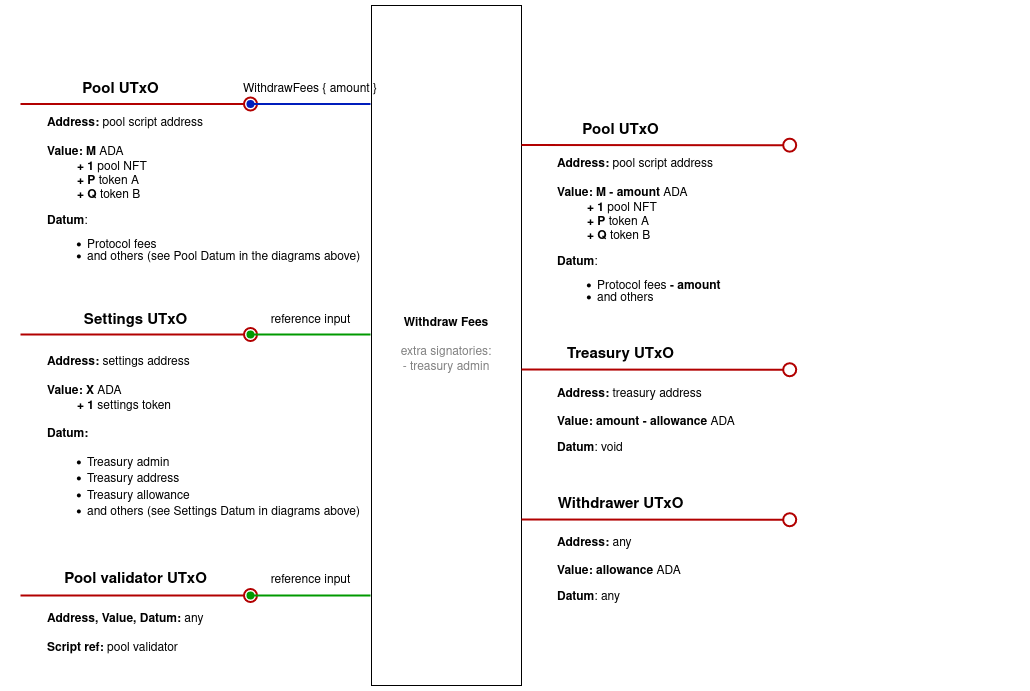
The draw.io diagram src/img/withdraw_fees.png in txpipe-shop/sundae-swap, before a commit. Source tidied: cells renumbered, new cells last; positions are measured from the earlier drawing's top-left corner, leaving out a move shared by most shapes.
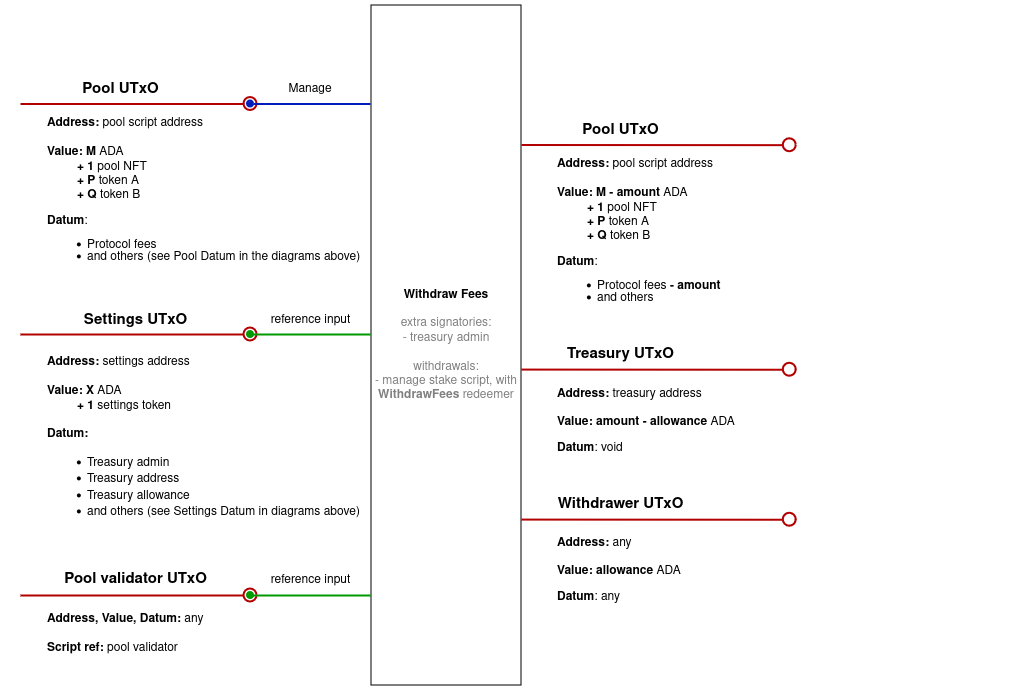
Later version of the same file.

Commit message:
Update scoop and withdraw fees tx diagrams

Diff of the diagram source:
```diff
@@ -2,7 +2,7 @@
   <root>
     <mxCell id="0" />
     <mxCell id="1" parent="0" />
-    <mxCell id="2" value="&lt;div&gt;&lt;b&gt;Withdraw Fees&lt;/b&gt;&lt;/div&gt;&lt;br&gt;&lt;div&gt;&lt;font color=&quot;#808080&quot;&gt;extra signatories:&lt;/font&gt;&lt;/div&gt;&lt;div&gt;&lt;font color=&quot;#808080&quot;&gt;- treasury admin&lt;/font&gt;&lt;br&gt;&lt;/div&gt;" style="rounded=0;whiteSpace=wrap;html=1;" parent="1" vertex="1">
+    <mxCell id="2" value="&lt;div&gt;&lt;b&gt;Withdraw Fees&lt;/b&gt;&lt;/div&gt;&lt;br&gt;&lt;div&gt;&lt;font color=&quot;#808080&quot;&gt;extra signatories:&lt;/font&gt;&lt;/div&gt;&lt;div&gt;&lt;font color=&quot;#808080&quot;&gt;- treasury admin&lt;/font&gt;&lt;/div&gt;&lt;div&gt;&lt;font color=&quot;#808080&quot;&gt;&lt;br&gt;&lt;/font&gt;&lt;/div&gt;&lt;div&gt;&lt;font color=&quot;#808080&quot;&gt;withdrawals:&lt;/font&gt;&lt;/div&gt;&lt;div&gt;&lt;font color=&quot;#808080&quot;&gt;- manage stake script, with &lt;b&gt;WithdrawFees&lt;/b&gt; redeemer&lt;br&gt;&lt;/font&gt;&lt;/div&gt;" style="rounded=0;whiteSpace=wrap;html=1;" parent="1" vertex="1">
       <mxGeometry x="351" width="150" height="680" as="geometry" />
     </mxCell>
     <mxCell id="3" style="endArrow=oval;html=1;rounded=0;strokeWidth=2;fillColor=#e51400;strokeColor=#B20000;startArrow=none;startFill=0;endFill=0;endSize=13;" parent="1" edge="1">
@@ -35,7 +35,7 @@
     <mxCell id="9" value="&lt;font style=&quot;font-size: 15px;&quot;&gt;&lt;b style=&quot;font-size: 12px;&quot;&gt;&lt;font style=&quot;font-size: 15px;&quot;&gt;Pool UTxO&lt;br&gt;&lt;/font&gt;&lt;/b&gt;&lt;/font&gt;" style="text;html=1;align=center;verticalAlign=middle;strokeColor=none;fillColor=none;" parent="1" vertex="1">
       <mxGeometry x="550" y="109.5" width="100" height="30" as="geometry" />
     </mxCell>
-    <mxCell id="10" value="WithdrawFees { amount }" style="text;html=1;strokeColor=none;fillColor=none;align=center;verticalAlign=middle;whiteSpace=wrap;rounded=0;" parent="1" vertex="1">
+    <mxCell id="10" value="Manage" style="text;html=1;strokeColor=none;fillColor=none;align=center;verticalAlign=middle;whiteSpace=wrap;rounded=0;" parent="1" vertex="1">
       <mxGeometry x="220" y="68.5" width="140" height="30" as="geometry" />
     </mxCell>
     <mxCell id="11" style="endArrow=oval;html=1;rounded=0;strokeWidth=2;fillColor=#e51400;strokeColor=#B20000;startArrow=none;startFill=0;endFill=0;endSize=13;" parent="1" edge="1">
```
